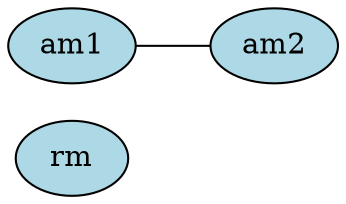
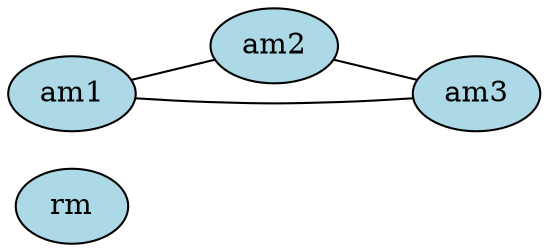
graph RIG {
  rankdir=LR;
  "rm" [shape=ellipse, style=filled, fillcolor=lightblue];
  "am1" [shape=ellipse, style=filled, fillcolor=lightblue];
  "am2" [shape=ellipse, style=filled, fillcolor=lightblue];
+   "am3" [shape=ellipse, style=filled, fillcolor=lightblue];
  "am1" -- "am2";
+   "am1" -- "am3";
+   "am2" -- "am3";
}
